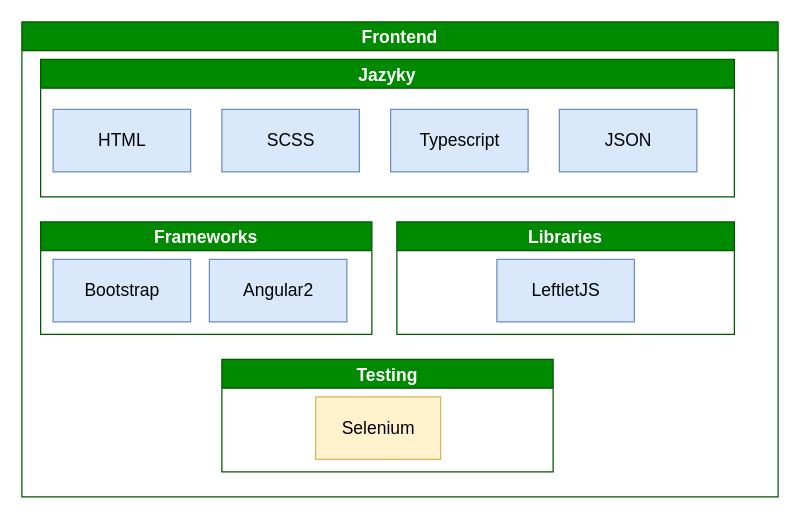
The draw.io diagram models/technology/rawfiles/frontend-techstack.drawio in opendatalabcz/Edigio, before the edit. Source tidied: cells renumbered, new cells numbered last; positions are measured from the earlier drawing's top-left corner, leaving out a move shared by most shapes. Both pictures are drawn from the tidied source at 125%, with x=0, y=0 at pixel (21, 21).
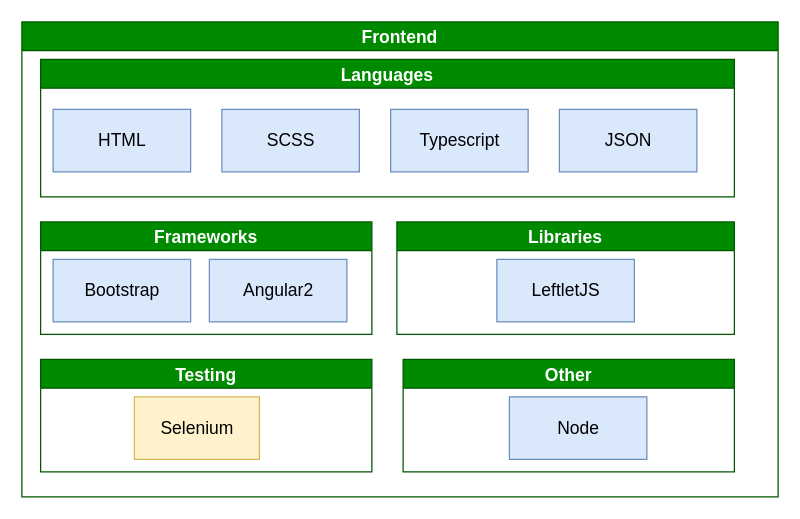
Above is the later version.

Commit message (it also covers changes not shown here):
Added entities models and tweaked techstack models

The edit, as a diff of the source:
```diff
@@
 <mxGraphModel>
   <root>
     <mxCell id="0" />
     <mxCell id="1" parent="0" />
     <mxCell id="2" value="Frontend" style="swimlane;shadow=0;sketch=0;strokeColor=#005700;startSize=23;fillColor=#008a00;fontColor=#ffffff;fontSize=14;" parent="1" vertex="1">
       <mxGeometry width="605" height="380" as="geometry" />
     </mxCell>
-    <mxCell id="3" value="Jazyky" style="swimlane;shadow=0;sketch=0;startSize=23;fillColor=#008a00;fontColor=#ffffff;strokeColor=#005700;fontSize=14;" parent="2" vertex="1">
+    <mxCell id="3" value="Languages" style="swimlane;shadow=0;sketch=0;startSize=23;fillColor=#008a00;fontColor=#ffffff;strokeColor=#005700;fontSize=14;" parent="2" vertex="1">
       <mxGeometry x="15" y="30" width="555" height="110" as="geometry" />
     </mxCell>
     <mxCell id="4" value="HTML" style="html=1;shadow=0;sketch=0;strokeColor=#6c8ebf;fillColor=#dae8fc;fontSize=14;" parent="3" vertex="1">
       <mxGeometry x="10" y="40" width="110" height="50" as="geometry" />
     </mxCell>
     <mxCell id="5" value="SCSS" style="html=1;shadow=0;sketch=0;strokeColor=#6c8ebf;fillColor=#dae8fc;fontSize=14;" parent="3" vertex="1">
       <mxGeometry x="145" y="40" width="110" height="50" as="geometry" />
     </mxCell>
     <mxCell id="6" value="Typescript" style="html=1;shadow=0;sketch=0;strokeColor=#6c8ebf;fillColor=#dae8fc;fontSize=14;" parent="3" vertex="1">
       <mxGeometry x="280" y="40" width="110" height="50" as="geometry" />
     </mxCell>
     <mxCell id="7" value="JSON" style="html=1;shadow=0;sketch=0;strokeColor=#6c8ebf;fillColor=#dae8fc;fontSize=14;" parent="3" vertex="1">
       <mxGeometry x="415" y="40" width="110" height="50" as="geometry" />
     </mxCell>
     <mxCell id="8" value="Frameworks" style="swimlane;shadow=0;sketch=0;startSize=23;fillColor=#008a00;fontColor=#ffffff;strokeColor=#005700;fontSize=14;" parent="2" vertex="1">
       <mxGeometry x="15" y="160" width="265" height="90" as="geometry" />
     </mxCell>
     <mxCell id="9" value="Bootstrap" style="html=1;shadow=0;sketch=0;strokeColor=#6c8ebf;fillColor=#dae8fc;fontSize=14;" parent="8" vertex="1">
       <mxGeometry x="10" y="30" width="110" height="50" as="geometry" />
     </mxCell>
     <mxCell id="10" value="Angular2" style="html=1;shadow=0;sketch=0;strokeColor=#6c8ebf;fillColor=#dae8fc;fontSize=14;" parent="8" vertex="1">
       <mxGeometry x="135" y="30" width="110" height="50" as="geometry" />
     </mxCell>
     <mxCell id="11" value="Libraries" style="swimlane;shadow=0;sketch=0;startSize=23;fillColor=#008a00;fontColor=#ffffff;strokeColor=#005700;fontSize=14;" parent="2" vertex="1">
       <mxGeometry x="300" y="160" width="270" height="90" as="geometry" />
     </mxCell>
     <mxCell id="12" value="LeftletJS" style="html=1;shadow=0;sketch=0;strokeColor=#6c8ebf;fillColor=#dae8fc;fontSize=14;" parent="11" vertex="1">
       <mxGeometry x="80" y="30" width="110" height="50" as="geometry" />
     </mxCell>
     <mxCell id="13" value="Testing" style="swimlane;shadow=0;sketch=0;startSize=23;fillColor=#008a00;fontColor=#ffffff;strokeColor=#005700;fontSize=14;" parent="2" vertex="1">
-      <mxGeometry x="160" y="270" width="265" height="90" as="geometry" />
+      <mxGeometry x="15" y="270" width="265" height="90" as="geometry" />
     </mxCell>
     <mxCell id="14" value="Selenium" style="html=1;shadow=0;sketch=0;strokeColor=#d6b656;fillColor=#fff2cc;fontSize=14;" parent="13" vertex="1">
       <mxGeometry x="75" y="30" width="100" height="50" as="geometry" />
     </mxCell>
+    <mxCell id="15" value="Other" style="swimlane;shadow=0;sketch=0;startSize=23;fillColor=#008a00;fontColor=#ffffff;strokeColor=#005700;fontSize=14;" parent="2" vertex="1">
+      <mxGeometry x="305" y="270" width="265" height="90" as="geometry" />
+    </mxCell>
+    <mxCell id="16" value="Node" style="html=1;shadow=0;sketch=0;strokeColor=#6c8ebf;fillColor=#dae8fc;fontSize=14;" parent="15" vertex="1">
+      <mxGeometry x="85" y="30" width="110" height="50" as="geometry" />
+    </mxCell>
   </root>
 </mxGraphModel>
```
